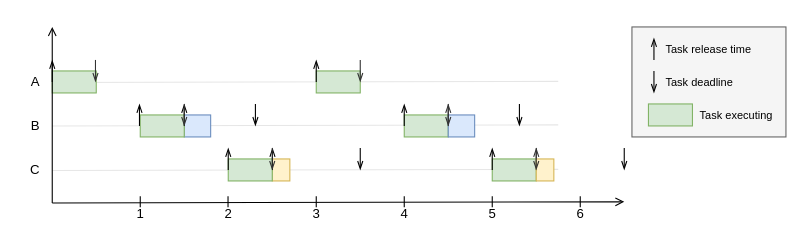
Above: page "timeline offsets" (4 of 9) of report/images/timelines.drawio in jiayihu/SRT (draw.io), before the change. Source tidied: cells renumbered, new cells numbered last; positions are measured from the earlier drawing's top-left corner, leaving out a move shared by most shapes. Both pictures are drawn from the tidied source at 110%, with x=0, y=0 at pixel (19, 26).
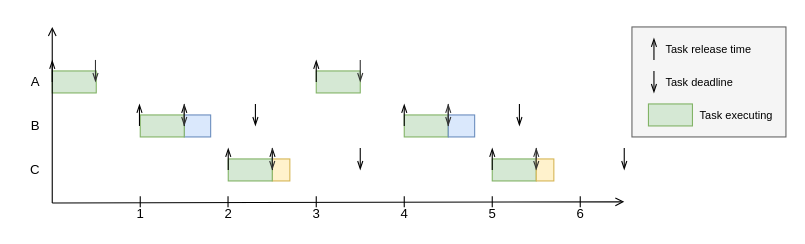
After the change.

Change to the diagram source:
```diff
@@
-    <mxCell id="2" style="endArrow=none;html=1;endFill=0;strokeColor=#E6E6E6;" parent="1" edge="1">
-      <mxGeometry relative="1" as="geometry">
-        <mxPoint x="30" y="90" as="sourcePoint" />
-        <mxPoint x="490" y="89" as="targetPoint" />
-      </mxGeometry>
-    </mxCell>
-    <mxCell id="3" style="endArrow=none;html=1;endFill=0;strokeColor=#E6E6E6;" parent="1" edge="1">
-      <mxGeometry relative="1" as="geometry">
-        <mxPoint x="30" y="50.5" as="sourcePoint" />
-        <mxPoint x="490" y="49.5" as="targetPoint" />
-      </mxGeometry>
-    </mxCell>
-    <mxCell id="4" style="endArrow=none;html=1;endFill=0;strokeColor=#E6E6E6;" parent="1" edge="1">
-      <mxGeometry relative="1" as="geometry">
-        <mxPoint x="30" y="130.5" as="sourcePoint" />
-        <mxPoint x="490" y="129.5" as="targetPoint" />
-      </mxGeometry>
-    </mxCell>
```
